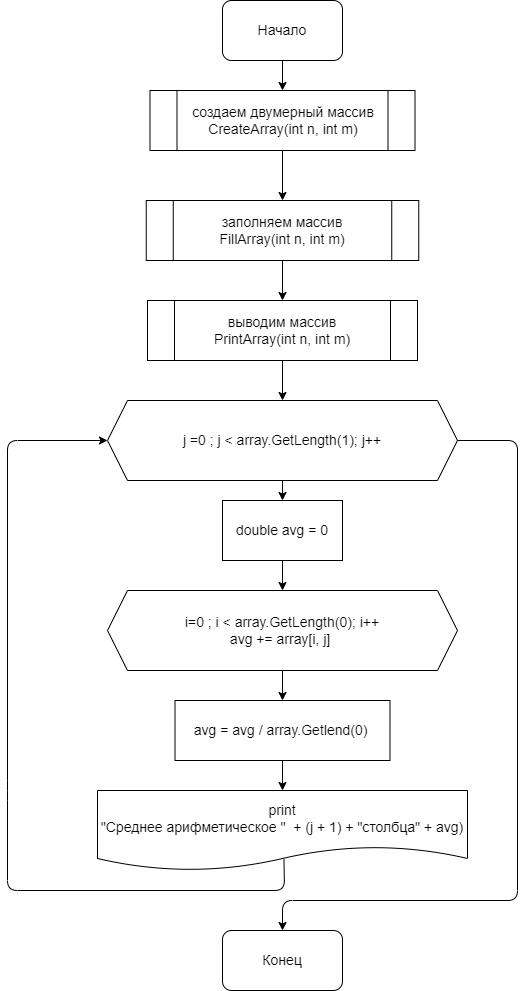
Above: HWork7/Task52/diagram.dravio.png in VladimirVicPar/qwerty1 (draw.io), before the change. Source tidied: cells renumbered, new cells last; positions are measured from the earlier drawing's top-left corner, leaving out a move shared by most shapes. The source it was exported from:
```xml
<mxGraphModel>
  <root>
    <mxCell id="0" />
    <mxCell id="1" parent="0" />
    <mxCell id="2" style="edgeStyle=none;html=1;fontFamily=Helvetica;fontSize=14;fontColor=default;" parent="1" edge="1" source="3" target="5">
      <mxGeometry relative="1" as="geometry" />
    </mxCell>
    <mxCell id="3" value="&lt;font style=&quot;font-size: 14px&quot;&gt;Начало&lt;/font&gt;" style="rounded=1;whiteSpace=wrap;html=1;" parent="1" vertex="1">
      <mxGeometry x="215" width="120" height="60" as="geometry" />
    </mxCell>
    <mxCell id="4" style="edgeStyle=none;html=1;fontFamily=Helvetica;fontSize=14;fontColor=default;" parent="1" edge="1" source="5" target="7">
      <mxGeometry relative="1" as="geometry" />
    </mxCell>
    <mxCell id="5" value="создаем двумерный массив&lt;br&gt;CreateArray(int n, int m)" style="shape=process;whiteSpace=wrap;html=1;backgroundOutline=1;fontSize=14;" parent="1" vertex="1">
      <mxGeometry x="142.5" y="90" width="265" height="60" as="geometry" />
    </mxCell>
    <mxCell id="6" style="edgeStyle=none;html=1;fontFamily=Helvetica;fontSize=14;fontColor=default;" parent="1" edge="1" source="7" target="9">
      <mxGeometry relative="1" as="geometry" />
    </mxCell>
    <mxCell id="7" value="заполняем массив&lt;br&gt;FillArray(int n, int m)" style="shape=process;whiteSpace=wrap;html=1;backgroundOutline=1;fontSize=14;" parent="1" vertex="1">
      <mxGeometry x="138.8" y="200" width="272.5" height="60" as="geometry" />
    </mxCell>
    <mxCell id="8" style="edgeStyle=none;html=1;fontFamily=Helvetica;fontSize=14;fontColor=default;" parent="1" edge="1" source="9" target="12">
      <mxGeometry relative="1" as="geometry" />
    </mxCell>
    <mxCell id="9" value="выводим массив&lt;br&gt;PrintArray(int n, int m)" style="shape=process;whiteSpace=wrap;html=1;backgroundOutline=1;rounded=0;fontFamily=Helvetica;fontSize=14;fontColor=default;fillColor=none;gradientColor=none;" parent="1" vertex="1">
      <mxGeometry x="140" y="300" width="270" height="60" as="geometry" />
    </mxCell>
    <mxCell id="10" style="edgeStyle=none;html=1;fontFamily=Helvetica;fontSize=14;fontColor=default;" parent="1" edge="1" source="12" target="20">
      <mxGeometry relative="1" as="geometry" />
    </mxCell>
    <mxCell id="11" style="edgeStyle=none;html=1;exitX=1;exitY=0.5;exitDx=0;exitDy=0;fontFamily=Helvetica;fontSize=14;fontColor=default;entryX=0.5;entryY=0;entryDx=0;entryDy=0;" parent="1" edge="1" source="12" target="21">
      <mxGeometry relative="1" as="geometry">
        <Array as="points">
          <mxPoint x="510" y="440" />
          <mxPoint x="510" y="900" />
          <mxPoint x="275" y="900" />
        </Array>
      </mxGeometry>
    </mxCell>
    <mxCell id="12" value="j =0 ; j &amp;lt; array.GetLength(1); j++" style="shape=hexagon;perimeter=hexagonPerimeter2;whiteSpace=wrap;html=1;fixedSize=1;rounded=0;fontFamily=Helvetica;fontSize=14;fontColor=default;fillColor=none;gradientColor=none;" parent="1" vertex="1">
      <mxGeometry x="100" y="400" width="350" height="80" as="geometry" />
    </mxCell>
    <mxCell id="13" style="edgeStyle=none;html=1;fontFamily=Helvetica;fontSize=14;fontColor=default;" parent="1" edge="1" source="14" target="17">
      <mxGeometry relative="1" as="geometry" />
    </mxCell>
    <mxCell id="14" value="i=0 ; i &amp;lt; array.GetLength(0); i++&lt;br&gt;avg += array[i, j]&amp;nbsp;" style="shape=hexagon;perimeter=hexagonPerimeter2;whiteSpace=wrap;html=1;fixedSize=1;rounded=0;fontFamily=Helvetica;fontSize=14;fontColor=default;fillColor=none;gradientColor=none;" parent="1" vertex="1">
      <mxGeometry x="100" y="590" width="350" height="80" as="geometry" />
    </mxCell>
    <mxCell id="15" style="edgeStyle=none;html=1;entryX=0;entryY=0.5;entryDx=0;entryDy=0;fontFamily=Helvetica;fontSize=14;fontColor=default;exitX=0.504;exitY=0.863;exitDx=0;exitDy=0;exitPerimeter=0;" parent="1" edge="1" source="18" target="12">
      <mxGeometry relative="1" as="geometry">
        <Array as="points">
          <mxPoint x="277" y="890" />
          <mxPoint y="890" />
          <mxPoint y="790" />
          <mxPoint y="440" />
        </Array>
      </mxGeometry>
    </mxCell>
    <mxCell id="16" style="edgeStyle=none;html=1;fontFamily=Helvetica;fontSize=14;fontColor=default;" parent="1" edge="1" source="17" target="18">
      <mxGeometry relative="1" as="geometry" />
    </mxCell>
    <mxCell id="17" value="avg = avg / array.Getlend(0)&amp;nbsp;" style="rounded=0;whiteSpace=wrap;html=1;fontFamily=Helvetica;fontSize=14;fontColor=default;fillColor=none;gradientColor=none;" parent="1" vertex="1">
      <mxGeometry x="167.5" y="700" width="215" height="60" as="geometry" />
    </mxCell>
    <mxCell id="18" value="print&lt;br&gt;&quot;Среднее арифметическое &quot;&amp;nbsp; + (j + 1) + &quot;столбца&quot; + avg)" style="shape=document;whiteSpace=wrap;html=1;boundedLbl=1;rounded=0;fontFamily=Helvetica;fontSize=14;fontColor=default;fillColor=none;gradientColor=none;" parent="1" vertex="1">
      <mxGeometry x="90" y="790" width="370" height="80" as="geometry" />
    </mxCell>
    <mxCell id="19" style="edgeStyle=none;html=1;fontFamily=Helvetica;fontSize=14;fontColor=default;" parent="1" edge="1" source="20" target="14">
      <mxGeometry relative="1" as="geometry" />
    </mxCell>
    <mxCell id="20" value="double avg = 0" style="rounded=0;whiteSpace=wrap;html=1;fontFamily=Helvetica;fontSize=14;fontColor=default;fillColor=none;gradientColor=none;" parent="1" vertex="1">
      <mxGeometry x="215" y="500" width="120" height="60" as="geometry" />
    </mxCell>
    <mxCell id="21" value="Конец" style="rounded=1;whiteSpace=wrap;html=1;fontFamily=Helvetica;fontSize=14;fontColor=default;fillColor=none;gradientColor=none;" parent="1" vertex="1">
      <mxGeometry x="215" y="930" width="120" height="60" as="geometry" />
    </mxCell>
  </root>
</mxGraphModel>
```
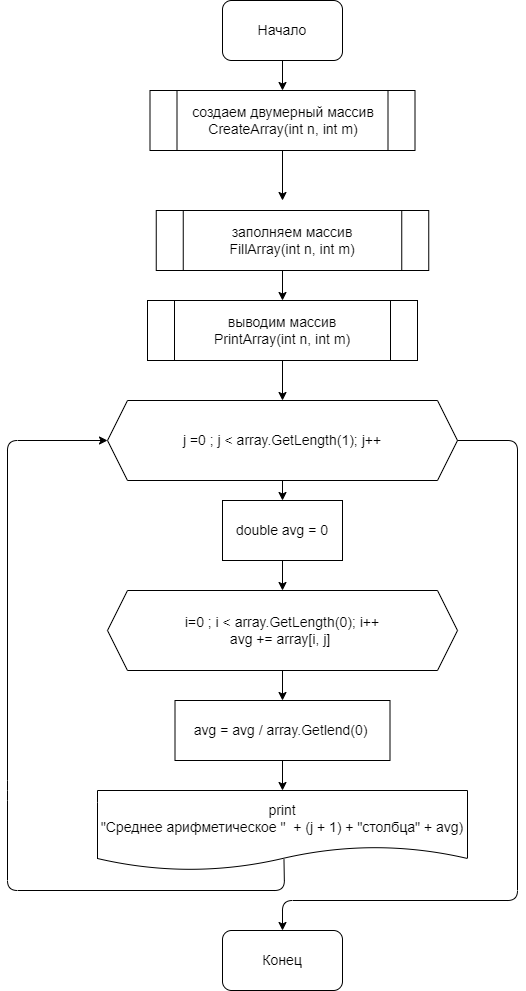
After the commit.

What changed in the source:
```diff
@@ -8,18 +8,19 @@
     <mxCell id="3" value="&lt;font style=&quot;font-size: 14px&quot;&gt;Начало&lt;/font&gt;" style="rounded=1;whiteSpace=wrap;html=1;" parent="1" vertex="1">
       <mxGeometry x="215" width="120" height="60" as="geometry" />
     </mxCell>
-    <mxCell id="4" style="edgeStyle=none;html=1;fontFamily=Helvetica;fontSize=14;fontColor=default;" parent="1" edge="1" source="5" target="7">
-      <mxGeometry relative="1" as="geometry" />
+    <mxCell id="4" style="edgeStyle=none;html=1;fontFamily=Helvetica;fontSize=14;fontColor=default;" parent="1" edge="1" source="5">
+      <mxGeometry relative="1" as="geometry">
+        <mxPoint x="275" y="200" as="targetPoint" />
+      </mxGeometry>
     </mxCell>
     <mxCell id="5" value="создаем двумерный массив&lt;br&gt;CreateArray(int n, int m)" style="shape=process;whiteSpace=wrap;html=1;backgroundOutline=1;fontSize=14;" parent="1" vertex="1">
       <mxGeometry x="142.5" y="90" width="265" height="60" as="geometry" />
     </mxCell>
-    <mxCell id="6" style="edgeStyle=none;html=1;fontFamily=Helvetica;fontSize=14;fontColor=default;" parent="1" edge="1" source="7" target="9">
-      <mxGeometry relative="1" as="geometry" />
+    <mxCell id="6" style="edgeStyle=none;html=1;fontFamily=Helvetica;fontSize=14;fontColor=default;" parent="1" edge="1" target="9">
+      <mxGeometry relative="1" as="geometry">
+        <mxPoint x="275" y="260" as="sourcePoint" />
+      </mxGeometry>
     </mxCell>
-    <mxCell id="7" value="заполняем массив&lt;br&gt;FillArray(int n, int m)" style="shape=process;whiteSpace=wrap;html=1;backgroundOutline=1;fontSize=14;" parent="1" vertex="1">
-      <mxGeometry x="138.8" y="200" width="272.5" height="60" as="geometry" />
-    </mxCell>
     <mxCell id="8" style="edgeStyle=none;html=1;fontFamily=Helvetica;fontSize=14;fontColor=default;" parent="1" edge="1" source="9" target="12">
       <mxGeometry relative="1" as="geometry" />
     </mxCell>
@@ -75,5 +76,8 @@
     <mxCell id="21" value="Конец" style="rounded=1;whiteSpace=wrap;html=1;fontFamily=Helvetica;fontSize=14;fontColor=default;fillColor=none;gradientColor=none;" parent="1" vertex="1">
       <mxGeometry x="215" y="930" width="120" height="60" as="geometry" />
     </mxCell>
+    <mxCell id="7" value="заполняем массив&lt;br&gt;FillArray(int n, int m)" style="shape=process;whiteSpace=wrap;html=1;backgroundOutline=1;fontSize=14;" parent="1" vertex="1">
+      <mxGeometry x="148.8" y="210" width="272.5" height="60" as="geometry" />
+    </mxCell>
   </root>
 </mxGraphModel>
```
